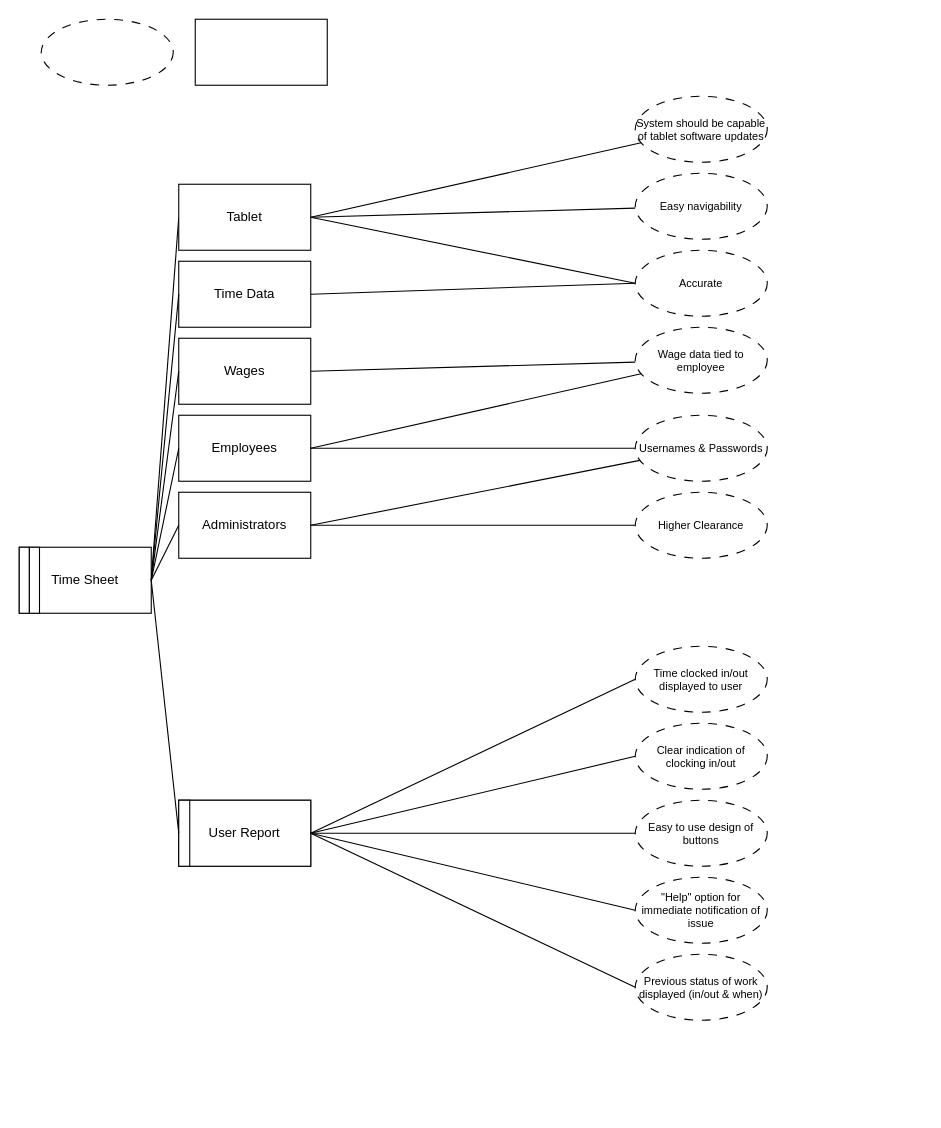
Before: Assignments/Problem Frame.drawio in alexpeters25/CYBR-404, a draw.io diagram. Source tidied: cells renumbered, new cells numbered last; positions are measured from the earlier drawing's top-left corner, leaving out a move shared by most shapes. Both pictures are drawn from the tidied source at 110%, with x=0, y=0 at pixel (19, 19).
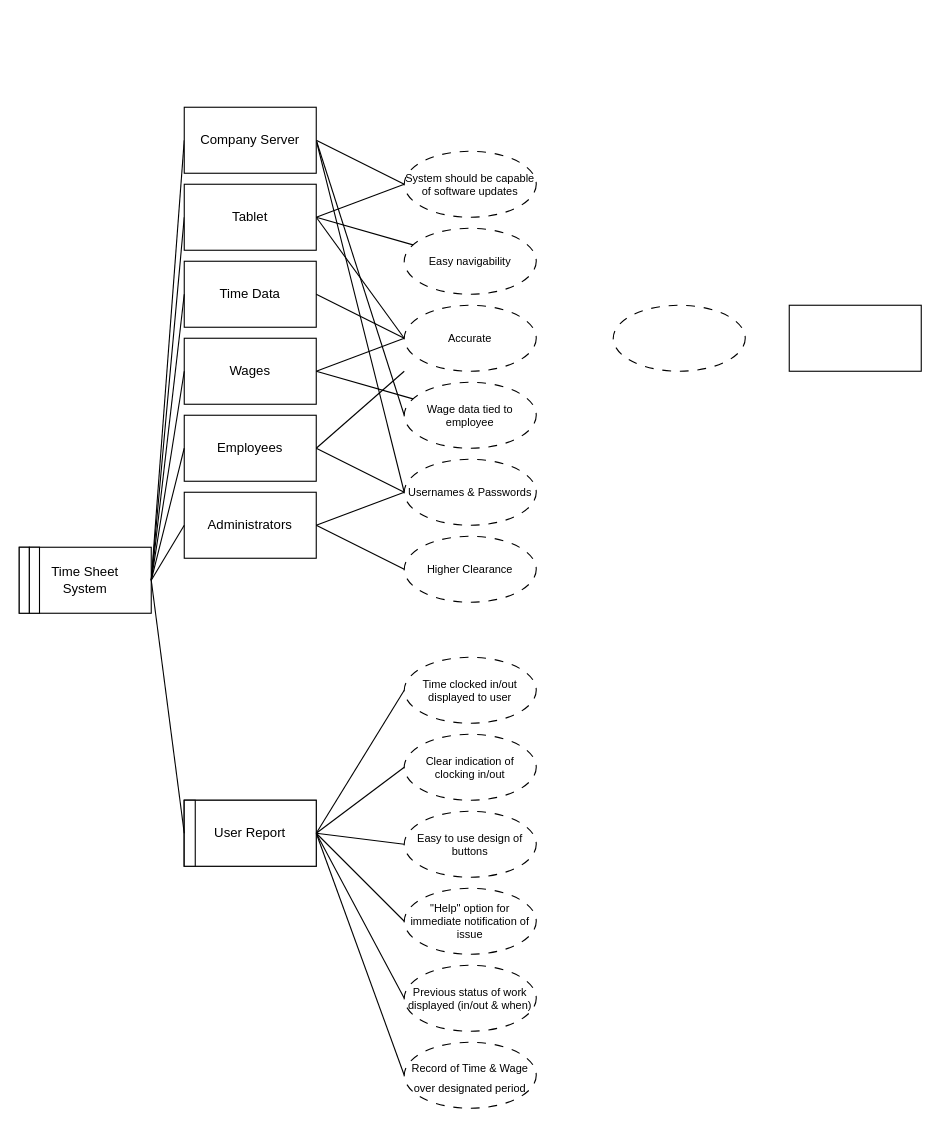
The same page after the edit.

Unchanged cells that the change refers to:
```xml
<mxCell id="3" value="User Report" style="rounded=0;whiteSpace=wrap;html=1;strokeColor=default;" parent="2" vertex="1">
  <mxGeometry width="120" height="60" as="geometry" />
</mxCell>
```

The edit, as a diff of the source:
```diff
@@
     <mxCell id="2" style="group;strokeColor=default;" parent="1" vertex="1">
-      <mxGeometry x="145" y="710" width="120" height="60" as="geometry" />
+      <mxGeometry x="150" y="710" width="120" height="60" as="geometry" />
     </mxCell>
@@
-    <mxCell id="5" style="group;" parent="1" vertex="1">
+    <mxCell id="5" style="group;align=left;" parent="1" vertex="1">
       <mxGeometry y="480" width="120" height="60" as="geometry" />
     </mxCell>
-    <mxCell id="6" value="Time Sheet" style="rounded=0;whiteSpace=wrap;html=1;" parent="5" vertex="1">
+    <mxCell id="6" value="&lt;div align=&quot;center&quot;&gt;Time Sheet&lt;/div&gt;&lt;div align=&quot;center&quot;&gt;System&lt;/div&gt;" style="rounded=0;whiteSpace=wrap;html=1;align=center;" parent="5" vertex="1">
       <mxGeometry width="120" height="60" as="geometry" />
     </mxCell>
@@
     <mxCell id="9" value="Wages" style="rounded=0;whiteSpace=wrap;html=1;strokeColor=default;" parent="1" vertex="1">
-      <mxGeometry x="145" y="290" width="120" height="60" as="geometry" />
+      <mxGeometry x="150" y="290" width="120" height="60" as="geometry" />
     </mxCell>
     <mxCell id="10" value="Employees" style="rounded=0;whiteSpace=wrap;html=1;strokeColor=default;" parent="1" vertex="1">
-      <mxGeometry x="145" y="360" width="120" height="60" as="geometry" />
+      <mxGeometry x="150" y="360" width="120" height="60" as="geometry" />
     </mxCell>
     <mxCell id="11" value="Administrators" style="rounded=0;whiteSpace=wrap;html=1;strokeColor=default;" parent="1" vertex="1">
-      <mxGeometry x="145" y="430" width="120" height="60" as="geometry" />
+      <mxGeometry x="150" y="430" width="120" height="60" as="geometry" />
     </mxCell>
     <mxCell id="12" style="rounded=0;whiteSpace=wrap;html=1;" parent="1" vertex="1">
-      <mxGeometry x="160" width="120" height="60" as="geometry" />
+      <mxGeometry x="700" y="260" width="120" height="60" as="geometry" />
     </mxCell>
     <mxCell id="13" value="Time Data" style="rounded=0;whiteSpace=wrap;html=1;strokeColor=default;" parent="1" vertex="1">
-      <mxGeometry x="145" y="220" width="120" height="60" as="geometry" />
+      <mxGeometry x="150" y="220" width="120" height="60" as="geometry" />
     </mxCell>
     <mxCell id="14" style="ellipse;whiteSpace=wrap;html=1;dashed=1;dashPattern=8 8;" parent="1" vertex="1">
-      <mxGeometry x="20" width="120" height="60" as="geometry" />
+      <mxGeometry x="540" y="260" width="120" height="60" as="geometry" />
     </mxCell>
@@
     <mxCell id="16" value="Easy navigability " style="ellipse;whiteSpace=wrap;html=1;dashed=1;dashPattern=8 8;strokeColor=default;fontSize=10;" parent="1" vertex="1">
-      <mxGeometry x="560" y="140" width="120" height="60" as="geometry" />
+      <mxGeometry x="350" y="190" width="120" height="60" as="geometry" />
     </mxCell>
@@
     <mxCell id="18" value="&lt;font&gt;Previous status of work displayed (in/out &amp;amp; when)&lt;/font&gt;" style="ellipse;whiteSpace=wrap;html=1;dashed=1;dashPattern=8 8;strokeColor=default;fontSize=10;" parent="1" vertex="1">
-      <mxGeometry x="560" y="850" width="120" height="60" as="geometry" />
+      <mxGeometry x="350" y="860" width="120" height="60" as="geometry" />
     </mxCell>
@@
     <mxCell id="20" value="&quot;Help&quot; option for immediate notification of issue" style="ellipse;whiteSpace=wrap;html=1;dashed=1;dashPattern=8 8;fontSize=10;strokeColor=default;" parent="1" vertex="1">
-      <mxGeometry x="560" y="780" width="120" height="60" as="geometry" />
+      <mxGeometry x="350" y="790" width="120" height="60" as="geometry" />
     </mxCell>
@@
     <mxCell id="22" value="Time clocked in/out displayed to user " style="ellipse;whiteSpace=wrap;html=1;dashed=1;dashPattern=8 8;fontSize=10;strokeColor=default;" parent="1" vertex="1">
-      <mxGeometry x="560" y="570" width="120" height="60" as="geometry" />
+      <mxGeometry x="350" y="580" width="120" height="60" as="geometry" />
     </mxCell>
-    <mxCell id="23" style="edgeStyle=none;shape=connector;rounded=0;jettySize=auto;html=1;strokeColor=default;align=center;verticalAlign=middle;fontFamily=Helvetica;fontSize=10;fontColor=default;labelBackgroundColor=default;endArrow=none;startFill=0;exitX=0;exitY=0.5;exitDx=0;exitDy=0;" parent="1" edge="1" source="24">
-      <mxGeometry relative="1" as="geometry">
-        <mxPoint x="265" y="740" as="targetPoint" />
-      </mxGeometry>
+    <mxCell id="23" style="edgeStyle=none;shape=connector;rounded=0;jettySize=auto;html=1;strokeColor=default;align=center;verticalAlign=middle;fontFamily=Helvetica;fontSize=10;fontColor=default;labelBackgroundColor=default;endArrow=none;startFill=0;exitX=0;exitY=0.5;exitDx=0;exitDy=0;entryX=1;entryY=0.5;entryDx=0;entryDy=0;" parent="1" edge="1" source="24" target="3">
+      <mxGeometry relative="1" as="geometry" />
     </mxCell>
     <mxCell id="24" value="Clear indication of clocking in/out" style="ellipse;whiteSpace=wrap;html=1;dashed=1;dashPattern=8 8;fontSize=10;strokeColor=default;" parent="1" vertex="1">
-      <mxGeometry x="560" y="640" width="120" height="60" as="geometry" />
+      <mxGeometry x="350" y="650" width="120" height="60" as="geometry" />
     </mxCell>
@@
     <mxCell id="26" value="Easy to use design of buttons" style="ellipse;whiteSpace=wrap;html=1;dashed=1;dashPattern=8 8;fontSize=10;strokeColor=default;" parent="1" vertex="1">
-      <mxGeometry x="560" y="710" width="120" height="60" as="geometry" />
+      <mxGeometry x="350" y="720" width="120" height="60" as="geometry" />
     </mxCell>
-    <mxCell id="27" style="edgeStyle=none;shape=connector;rounded=0;jettySize=auto;html=1;entryX=1;entryY=0.5;entryDx=0;entryDy=0;strokeColor=default;align=center;verticalAlign=middle;fontFamily=Helvetica;fontSize=10;fontColor=default;labelBackgroundColor=default;endArrow=none;startFill=0;" parent="1" edge="1" source="28" target="11">
+    <mxCell id="27" style="edgeStyle=none;shape=connector;rounded=0;jettySize=auto;html=1;entryX=1;entryY=0.5;entryDx=0;entryDy=0;strokeColor=default;align=center;verticalAlign=middle;fontFamily=Helvetica;fontSize=10;fontColor=default;labelBackgroundColor=default;endArrow=none;startFill=0;exitX=0;exitY=0.5;exitDx=0;exitDy=0;" parent="1" edge="1" source="28" target="11">
       <mxGeometry relative="1" as="geometry" />
     </mxCell>
     <mxCell id="28" value="Higher Clearance" style="ellipse;whiteSpace=wrap;html=1;dashed=1;dashPattern=8 8;fontSize=10;strokeColor=default;" parent="1" vertex="1">
-      <mxGeometry x="560" y="430" width="120" height="60" as="geometry" />
+      <mxGeometry x="350" y="470" width="120" height="60" as="geometry" />
     </mxCell>
-    <mxCell id="29" style="edgeStyle=none;shape=connector;rounded=0;jettySize=auto;html=1;entryX=1;entryY=0.5;entryDx=0;entryDy=0;strokeColor=default;align=center;verticalAlign=middle;fontFamily=Helvetica;fontSize=10;fontColor=default;labelBackgroundColor=default;endArrow=none;startFill=0;" parent="1" edge="1" source="31" target="10">
+    <mxCell id="29" style="edgeStyle=none;shape=connector;rounded=0;jettySize=auto;html=1;entryX=1;entryY=0.5;entryDx=0;entryDy=0;strokeColor=default;align=center;verticalAlign=middle;fontFamily=Helvetica;fontSize=10;fontColor=default;labelBackgroundColor=default;endArrow=none;startFill=0;exitX=0;exitY=0.5;exitDx=0;exitDy=0;" parent="1" edge="1" source="31" target="10">
       <mxGeometry relative="1" as="geometry" />
     </mxCell>
-    <mxCell id="30" style="edgeStyle=none;shape=connector;rounded=0;jettySize=auto;html=1;entryX=1;entryY=0.5;entryDx=0;entryDy=0;strokeColor=default;align=center;verticalAlign=middle;fontFamily=Helvetica;fontSize=10;fontColor=default;labelBackgroundColor=default;endArrow=none;startFill=0;" parent="1" edge="1" source="31" target="11">
+    <mxCell id="30" style="edgeStyle=none;shape=connector;rounded=0;jettySize=auto;html=1;entryX=1;entryY=0.5;entryDx=0;entryDy=0;strokeColor=default;align=center;verticalAlign=middle;fontFamily=Helvetica;fontSize=10;fontColor=default;labelBackgroundColor=default;endArrow=none;startFill=0;exitX=0;exitY=0.5;exitDx=0;exitDy=0;" parent="1" edge="1" source="31" target="11">
       <mxGeometry relative="1" as="geometry" />
     </mxCell>
+    <mxCell id="47" style="edgeStyle=none;shape=connector;rounded=0;jettySize=auto;html=1;exitX=0;exitY=0.5;exitDx=0;exitDy=0;entryX=1;entryY=0.5;entryDx=0;entryDy=0;strokeColor=default;align=center;verticalAlign=middle;fontFamily=Helvetica;fontSize=11;fontColor=default;labelBackgroundColor=default;startFill=0;endArrow=none;" parent="1" edge="1" source="31" target="52">
+      <mxGeometry relative="1" as="geometry" />
+    </mxCell>
     <mxCell id="31" value="Usernames &amp;amp; Passwords" style="ellipse;whiteSpace=wrap;html=1;dashed=1;dashPattern=8 8;fontSize=10;strokeColor=default;" parent="1" vertex="1">
-      <mxGeometry x="560" y="360" width="120" height="60" as="geometry" />
+      <mxGeometry x="350" y="400" width="120" height="60" as="geometry" />
     </mxCell>
@@
-    <mxCell id="33" style="edgeStyle=none;shape=connector;rounded=0;jettySize=auto;html=1;entryX=1;entryY=0.5;entryDx=0;entryDy=0;strokeColor=default;align=center;verticalAlign=middle;fontFamily=Helvetica;fontSize=10;fontColor=default;labelBackgroundColor=default;endArrow=none;startFill=0;" parent="1" edge="1" source="34" target="10">
-      <mxGeometry relative="1" as="geometry" />
+    <mxCell id="33" style="edgeStyle=none;shape=connector;rounded=0;jettySize=auto;html=1;entryX=1;entryY=0.5;entryDx=0;entryDy=0;strokeColor=default;align=center;verticalAlign=middle;fontFamily=Helvetica;fontSize=10;fontColor=default;labelBackgroundColor=default;endArrow=none;startFill=0;" parent="1" edge="1" target="10">
+      <mxGeometry relative="1" as="geometry">
+        <mxPoint x="350" y="320" as="sourcePoint" />
+      </mxGeometry>
     </mxCell>
+    <mxCell id="48" style="edgeStyle=none;shape=connector;rounded=0;jettySize=auto;html=1;exitX=0;exitY=0.5;exitDx=0;exitDy=0;entryX=1;entryY=0.5;entryDx=0;entryDy=0;strokeColor=default;align=center;verticalAlign=middle;fontFamily=Helvetica;fontSize=11;fontColor=default;labelBackgroundColor=default;startFill=0;endArrow=none;" parent="1" edge="1" source="34" target="52">
+      <mxGeometry relative="1" as="geometry" />
+    </mxCell>
     <mxCell id="34" value="Wage data tied to employee" style="ellipse;whiteSpace=wrap;html=1;dashed=1;dashPattern=8 8;fontSize=10;strokeColor=default;" parent="1" vertex="1">
-      <mxGeometry x="560" y="280" width="120" height="60" as="geometry" />
+      <mxGeometry x="350" y="330" width="120" height="60" as="geometry" />
     </mxCell>
@@
+    <mxCell id="49" style="edgeStyle=none;shape=connector;rounded=0;jettySize=auto;html=1;entryX=1;entryY=0.5;entryDx=0;entryDy=0;strokeColor=default;align=center;verticalAlign=middle;fontFamily=Helvetica;fontSize=11;fontColor=default;labelBackgroundColor=default;endArrow=none;startFill=0;exitX=0;exitY=0.5;exitDx=0;exitDy=0;" parent="1" edge="1" source="37" target="9">
+      <mxGeometry relative="1" as="geometry" />
+    </mxCell>
     <mxCell id="37" value="Accurate" style="ellipse;whiteSpace=wrap;html=1;dashed=1;dashPattern=8 8;fontSize=10;strokeColor=default;" parent="1" vertex="1">
-      <mxGeometry x="560" y="210" width="120" height="60" as="geometry" />
+      <mxGeometry x="350" y="260" width="120" height="60" as="geometry" />
     </mxCell>
@@
     <mxCell id="44" value="Tablet" style="rounded=0;whiteSpace=wrap;html=1;strokeColor=default;" parent="1" vertex="1">
-      <mxGeometry x="145" y="150" width="120" height="60" as="geometry" />
+      <mxGeometry x="150" y="150" width="120" height="60" as="geometry" />
     </mxCell>
-    <mxCell id="45" style="edgeStyle=none;shape=connector;rounded=0;jettySize=auto;html=1;entryX=1;entryY=0.5;entryDx=0;entryDy=0;strokeColor=default;align=center;verticalAlign=middle;fontFamily=Helvetica;fontSize=11;fontColor=default;labelBackgroundColor=default;endArrow=none;startFill=0;" parent="1" edge="1" source="46" target="44">
+    <mxCell id="45" style="edgeStyle=none;shape=connector;rounded=0;jettySize=auto;html=1;entryX=1;entryY=0.5;entryDx=0;entryDy=0;strokeColor=default;align=center;verticalAlign=middle;fontFamily=Helvetica;fontSize=11;fontColor=default;labelBackgroundColor=default;endArrow=none;startFill=0;exitX=0;exitY=0.5;exitDx=0;exitDy=0;" parent="1" edge="1" source="46" target="44">
       <mxGeometry relative="1" as="geometry" />
     </mxCell>
+    <mxCell id="50" style="edgeStyle=none;shape=connector;rounded=0;jettySize=auto;html=1;exitX=0;exitY=0.5;exitDx=0;exitDy=0;entryX=1;entryY=0.5;entryDx=0;entryDy=0;strokeColor=default;align=center;verticalAlign=middle;fontFamily=Helvetica;fontSize=11;fontColor=default;labelBackgroundColor=default;startFill=0;endArrow=none;" parent="1" edge="1" source="46" target="52">
+      <mxGeometry relative="1" as="geometry" />
+    </mxCell>
-    <mxCell id="46" value="System should be capable of tablet software updates" style="ellipse;whiteSpace=wrap;html=1;dashed=1;dashPattern=8 8;fontSize=10;" parent="1" vertex="1">
-      <mxGeometry x="560" y="70" width="120" height="60" as="geometry" />
+    <mxCell id="46" value="System should be capable of software updates" style="ellipse;whiteSpace=wrap;html=1;dashed=1;dashPattern=8 8;fontSize=10;" parent="1" vertex="1">
+      <mxGeometry x="350" y="120" width="120" height="60" as="geometry" />
     </mxCell>
+    <mxCell id="51" style="edgeStyle=none;shape=connector;rounded=0;jettySize=auto;html=1;exitX=0;exitY=0.5;exitDx=0;exitDy=0;entryX=1;entryY=0.5;entryDx=0;entryDy=0;strokeColor=default;align=center;verticalAlign=middle;fontFamily=Helvetica;fontSize=11;fontColor=default;labelBackgroundColor=default;startFill=0;endArrow=none;" parent="1" edge="1" source="52" target="6">
+      <mxGeometry relative="1" as="geometry" />
+    </mxCell>
+    <mxCell id="52" value="Company Server" style="rounded=0;whiteSpace=wrap;html=1;" parent="1" vertex="1">
+      <mxGeometry x="150" y="80" width="120" height="60" as="geometry" />
+    </mxCell>
+    <mxCell id="53" style="edgeStyle=none;shape=connector;rounded=0;jettySize=auto;html=1;exitX=0;exitY=0.5;exitDx=0;exitDy=0;entryX=1;entryY=0.5;entryDx=0;entryDy=0;strokeColor=default;align=center;verticalAlign=middle;fontFamily=Helvetica;fontSize=11;fontColor=default;labelBackgroundColor=default;startFill=0;endArrow=none;" parent="1" edge="1" source="54" target="3">
+      <mxGeometry relative="1" as="geometry" />
+    </mxCell>
+    <mxCell id="54" value="&lt;sub&gt;Record of Time &amp;amp; Wage over designated period&lt;br&gt;&lt;/sub&gt;" style="ellipse;whiteSpace=wrap;html=1;dashed=1;dashPattern=8 8;" parent="1" vertex="1">
+      <mxGeometry x="350" y="930" width="120" height="60" as="geometry" />
+    </mxCell>
```
